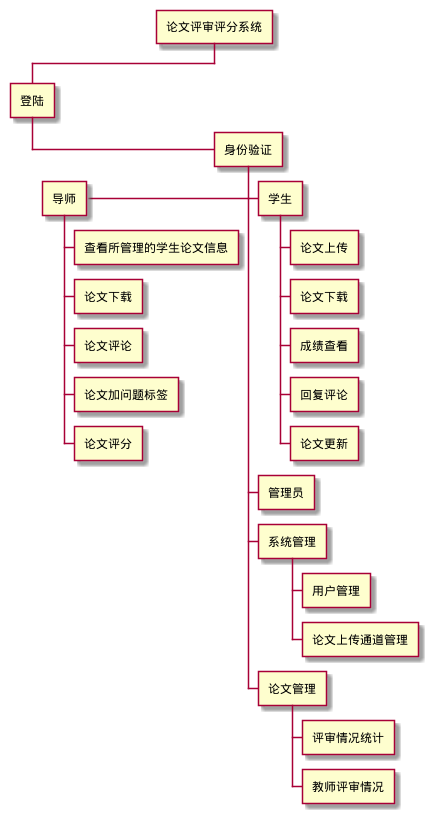
This is documents/latexPaper_/out/uml/WBS/系统WBS/系统WBS.png from swithun-liu/scoring_system, a PlantUML export, as it was before one commit.
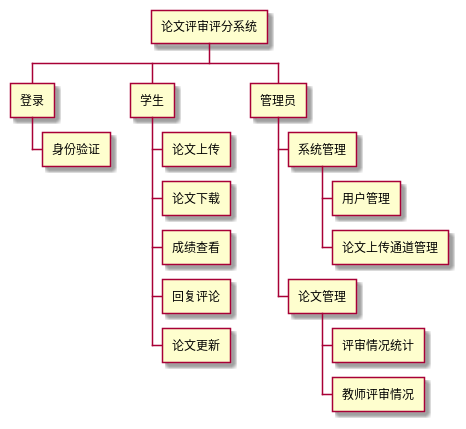
After the change.

Change to the diagram source:
```diff
@@ -1,24 +1,24 @@
 @startwbs
 + 论文评审评分系统
-++ 登陆
+++ 登录
 +++ 身份验证
-++++ 学生
-+++++ 论文上传
-+++++ 论文下载
-+++++ 成绩查看
-+++++ 回复评论
-+++++ 论文更新
-+++- 导师
-+++++ 查看所管理的学生论文信息
-+++++ 论文下载
-+++++ 论文评论
-+++++ 论文加问题标签
-+++++ 论文评分
-++++ 管理员
-++++ 系统管理
-+++++ 用户管理
-+++++ 论文上传通道管理
-++++ 论文管理
-+++++ 评审情况统计
-+++++ 教师评审情况
+++ 学生
++++ 论文上传
++++ 论文下载
++++ 成绩查看
++++ 回复评论
++++ 论文更新
++- 导师
++++ 查看所管理的学生论文信息
++++ 论文下载
++++ 论文评论
++++ 论文加问题标签
++++ 论文评分
+++ 管理员
++++ 系统管理
+++++ 用户管理
+++++ 论文上传通道管理
++++ 论文管理
+++++ 评审情况统计
+++++ 教师评审情况
 @endwbs
```
